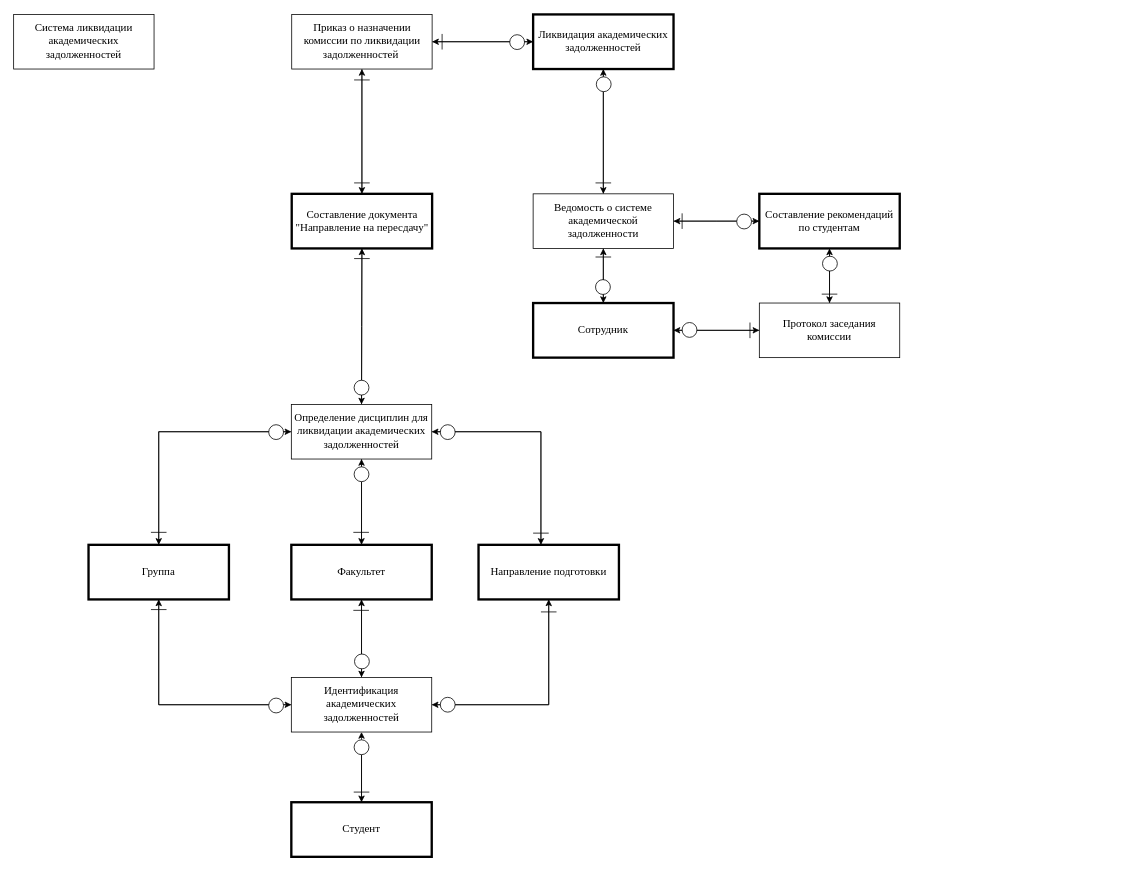
This is СхемаБД.drawio from DLordxxx/Practice, a draw.io file, before an edit. Source tidied: cells renumbered, new cells numbered last; positions are measured from the earlier drawing's top-left corner, leaving out a move shared by most shapes. Both pictures are drawn from the tidied source at 78%, with x=0, y=0 at pixel (13, 14).
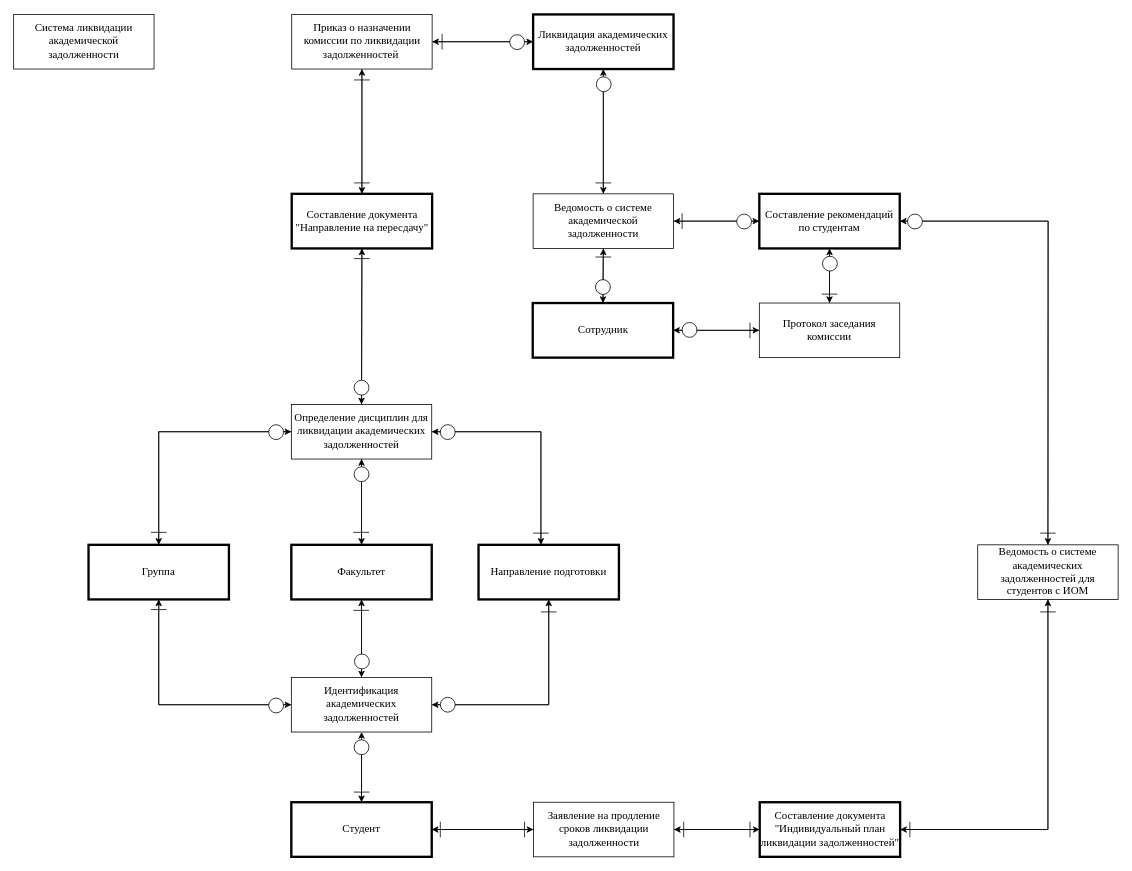
Above is the later version.

Unchanged cells that the change refers to:
```xml
<mxCell id="4" value="Студент" style="rounded=0;whiteSpace=wrap;html=1;fontFamily=Times New Roman;fontSize=14;strokeWidth=3;" parent="1" vertex="1">
  <mxGeometry x="356" y="1010" width="180" height="70" as="geometry" />
</mxCell>
<mxCell id="50" value="Составление рекомендаций по студентам" style="rounded=0;whiteSpace=wrap;html=1;fontFamily=Times New Roman;fontSize=14;strokeWidth=3;" parent="1" vertex="1">
  <mxGeometry x="956" y="230" width="180" height="70" as="geometry" />
</mxCell>
```

Change to the diagram source:
```diff
@@
-    <mxCell id="2" value="Система ликвидации академических задолженностей" style="rounded=0;whiteSpace=wrap;html=1;fontFamily=Times New Roman;fontSize=14;" parent="1" vertex="1">
+    <mxCell id="2" value="Система ликвидации академической задолженности" style="rounded=0;whiteSpace=wrap;html=1;fontFamily=Times New Roman;fontSize=14;" parent="1" vertex="1">
       <mxGeometry width="180" height="70" as="geometry" />
     </mxCell>
@@
+    <mxCell id="76" style="edgeStyle=orthogonalEdgeStyle;rounded=0;jettySize=auto;html=1;entryX=0;entryY=0.5;entryDx=0;entryDy=0;" parent="1" edge="1" source="4" target="80">
+      <mxGeometry relative="1" as="geometry" />
+    </mxCell>
@@
     <mxCell id="7" value="Сотрудник" style="rounded=0;whiteSpace=wrap;html=1;fontFamily=Times New Roman;fontSize=14;strokeWidth=3;" parent="1" vertex="1">
-      <mxGeometry x="666" y="370" width="180" height="70" as="geometry" />
+      <mxGeometry x="665.5" y="370" width="180" height="70" as="geometry" />
     </mxCell>
@@
+    <mxCell id="77" style="edgeStyle=orthogonalEdgeStyle;rounded=0;jettySize=auto;html=1;" parent="1" edge="1" source="50">
+      <mxGeometry relative="1" as="geometry">
+        <mxPoint x="1326" y="680" as="targetPoint" />
+      </mxGeometry>
+    </mxCell>
@@
+    <mxCell id="78" style="edgeStyle=orthogonalEdgeStyle;rounded=0;jettySize=auto;html=1;" parent="1" edge="1" source="80" target="4">
+      <mxGeometry relative="1" as="geometry" />
+    </mxCell>
+    <mxCell id="79" style="edgeStyle=orthogonalEdgeStyle;rounded=0;jettySize=auto;html=1;entryX=0;entryY=0.5;entryDx=0;entryDy=0;" parent="1" edge="1" source="80" target="85">
+      <mxGeometry relative="1" as="geometry" />
+    </mxCell>
+    <mxCell id="80" value="Заявление на продление сроков ликвидации задолженности" style="rounded=0;whiteSpace=wrap;html=1;fontFamily=Times New Roman;fontSize=14;" parent="1" vertex="1">
+      <mxGeometry x="666.5" y="1010" width="180" height="70" as="geometry" />
+    </mxCell>
+    <mxCell id="81" style="endArrow=none;html=1;rounded=0;" parent="1" edge="1">
+      <mxGeometry relative="1" as="geometry">
+        <mxPoint x="655" y="1055" as="sourcePoint" />
+        <mxPoint x="655" y="1035" as="targetPoint" />
+        <Array as="points">
+          <mxPoint x="655" y="1055" />
+        </Array>
+      </mxGeometry>
+    </mxCell>
+    <mxCell id="82" style="endArrow=none;html=1;rounded=0;" parent="1" edge="1">
+      <mxGeometry relative="1" as="geometry">
+        <mxPoint x="547" y="1055" as="sourcePoint" />
+        <mxPoint x="547" y="1035" as="targetPoint" />
+        <Array as="points">
+          <mxPoint x="547" y="1055" />
+        </Array>
+      </mxGeometry>
+    </mxCell>
+    <mxCell id="83" style="edgeStyle=orthogonalEdgeStyle;rounded=0;jettySize=auto;html=1;entryX=1;entryY=0.5;entryDx=0;entryDy=0;" parent="1" edge="1" source="85" target="80">
+      <mxGeometry relative="1" as="geometry" />
+    </mxCell>
+    <mxCell id="84" style="edgeStyle=orthogonalEdgeStyle;rounded=0;jettySize=auto;html=1;entryX=0.5;entryY=1;entryDx=0;entryDy=0;" parent="1" edge="1" source="85" target="90">
+      <mxGeometry relative="1" as="geometry" />
+    </mxCell>
+    <mxCell id="85" value="Составление документа &quot;Индивидуальный план ликвидации задолженностей&quot;" style="rounded=0;whiteSpace=wrap;html=1;fontFamily=Times New Roman;fontSize=14;strokeWidth=3;" parent="1" vertex="1">
+      <mxGeometry x="956.5" y="1010" width="180" height="70" as="geometry" />
+    </mxCell>
+    <mxCell id="86" style="endArrow=none;html=1;rounded=0;" parent="1" edge="1">
+      <mxGeometry relative="1" as="geometry">
+        <mxPoint x="859" y="1055" as="sourcePoint" />
+        <mxPoint x="859" y="1035" as="targetPoint" />
+        <Array as="points">
+          <mxPoint x="859" y="1055" />
+        </Array>
+      </mxGeometry>
+    </mxCell>
+    <mxCell id="87" style="endArrow=none;html=1;rounded=0;" parent="1" edge="1">
+      <mxGeometry relative="1" as="geometry">
+        <mxPoint x="944" y="1055" as="sourcePoint" />
+        <mxPoint x="944" y="1035" as="targetPoint" />
+        <Array as="points">
+          <mxPoint x="944" y="1055" />
+        </Array>
+      </mxGeometry>
+    </mxCell>
+    <mxCell id="88" style="edgeStyle=orthogonalEdgeStyle;rounded=0;jettySize=auto;html=1;entryX=1;entryY=0.5;entryDx=0;entryDy=0;" parent="1" edge="1" source="90" target="85">
+      <mxGeometry relative="1" as="geometry">
+        <Array as="points">
+          <mxPoint x="1326" y="1045" />
+        </Array>
+      </mxGeometry>
+    </mxCell>
+    <mxCell id="89" style="edgeStyle=orthogonalEdgeStyle;rounded=0;jettySize=auto;html=1;entryX=1;entryY=0.5;entryDx=0;entryDy=0;" parent="1" edge="1" source="90" target="50">
+      <mxGeometry relative="1" as="geometry">
+        <Array as="points">
+          <mxPoint x="1326" y="265" />
+        </Array>
+      </mxGeometry>
+    </mxCell>
+    <mxCell id="90" value="Ведомость о системе академических задолженностей для студентов с ИОМ" style="rounded=0;whiteSpace=wrap;html=1;fontFamily=Times New Roman;fontSize=14;" parent="1" vertex="1">
+      <mxGeometry x="1236" y="680" width="180" height="70" as="geometry" />
+    </mxCell>
+    <mxCell id="91" style="endArrow=none;html=1;rounded=0;" parent="1" edge="1">
+      <mxGeometry relative="1" as="geometry">
+        <mxPoint x="1149" y="1055" as="sourcePoint" />
+        <mxPoint x="1149" y="1035" as="targetPoint" />
+        <Array as="points">
+          <mxPoint x="1149" y="1055" />
+        </Array>
+      </mxGeometry>
+    </mxCell>
+    <mxCell id="92" style="endArrow=none;html=1;rounded=0;" parent="1" edge="1">
+      <mxGeometry relative="1" as="geometry">
+        <mxPoint x="1316" y="766" as="sourcePoint" />
+        <mxPoint x="1336" y="766" as="targetPoint" />
+        <Array as="points">
+          <mxPoint x="1326" y="766" />
+        </Array>
+      </mxGeometry>
+    </mxCell>
+    <mxCell id="93" style="ellipse;whiteSpace=wrap;html=1;" parent="1" vertex="1">
+      <mxGeometry x="1146" y="256" width="19" height="19" as="geometry" />
+    </mxCell>
+    <mxCell id="94" style="endArrow=none;html=1;rounded=0;" parent="1" edge="1">
+      <mxGeometry relative="1" as="geometry">
+        <mxPoint x="1316" y="665" as="sourcePoint" />
+        <mxPoint x="1336" y="665" as="targetPoint" />
+        <Array as="points">
+          <mxPoint x="1326" y="665" />
+        </Array>
+      </mxGeometry>
+    </mxCell>
```
